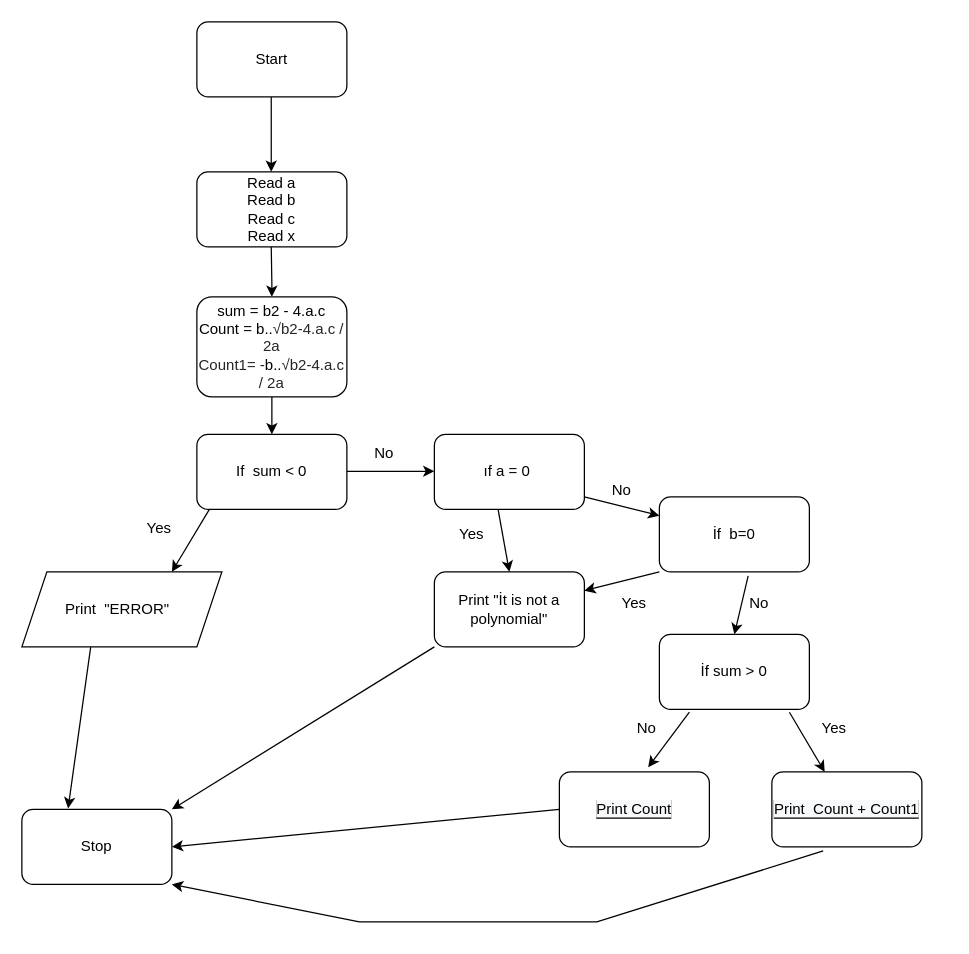
eliasAinsworth7/funnysearching keeps this draw.io diagram as Homework2 (1).drawio. Above is the earlier version. Source tidied: cells renumbered, new cells numbered last; positions are measured from the earlier drawing's top-left corner, leaving out a move shared by most shapes. Both pictures are drawn from the tidied source at 125%, with x=0, y=0 at pixel (21, 21).
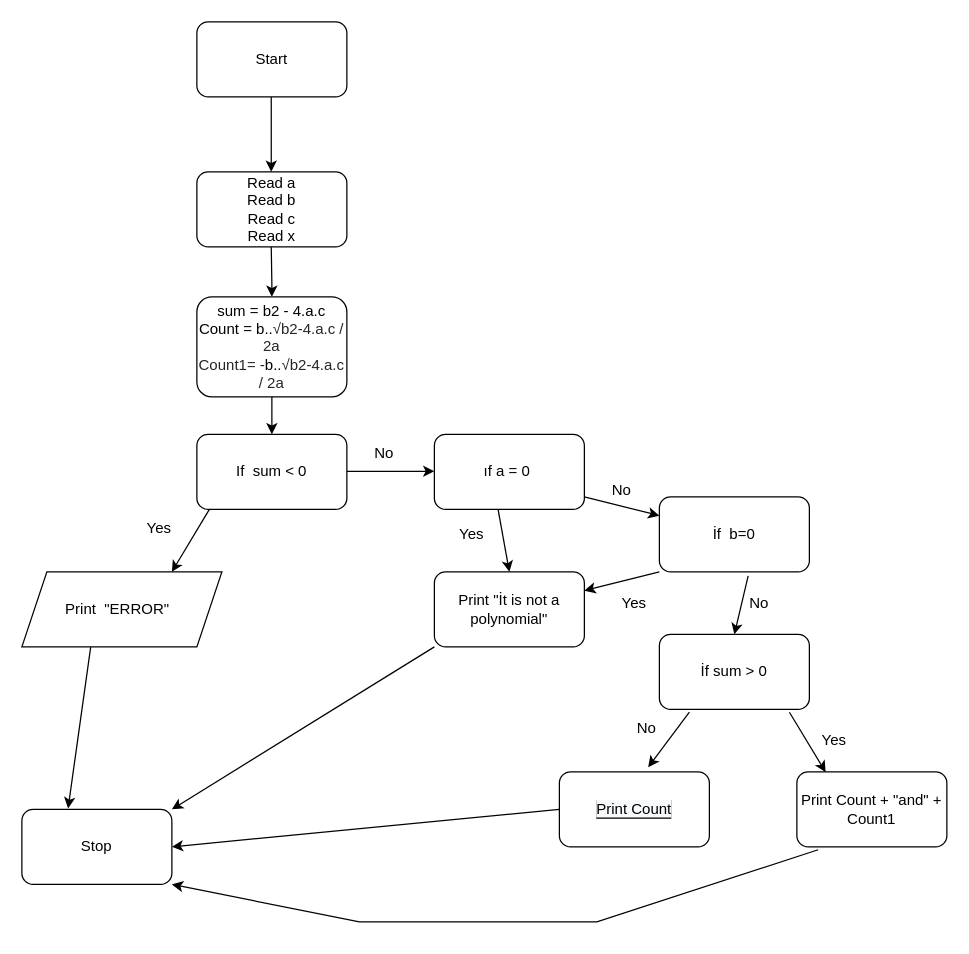
The same page after the edit.

Unchanged cells that the change refers to:
```xml
<mxCell id="3" value="Stop" style="rounded=1;whiteSpace=wrap;html=1;" parent="1" vertex="1">
  <mxGeometry y="630" width="120" height="60" as="geometry" />
</mxCell>
<mxCell id="26" value="İf sum &amp;gt; 0" style="rounded=1;whiteSpace=wrap;html=1;" parent="1" vertex="1">
  <mxGeometry x="510" y="490" width="120" height="60" as="geometry" />
</mxCell>
```

Change to the diagram source:
```diff
@@
-    <mxCell id="27" style="endArrow=classic;html=1;rounded=0;fontSize=12;fontColor=#FFFFFF;exitX=0.867;exitY=1.038;exitDx=0;exitDy=0;exitPerimeter=0;" parent="1" edge="1" source="26" target="28">
+    <mxCell id="27" style="endArrow=classic;html=1;rounded=0;fontSize=12;fontColor=#FFFFFF;exitX=0.867;exitY=1.038;exitDx=0;exitDy=0;exitPerimeter=0;entryX=0.192;entryY=0.004;entryDx=0;entryDy=0;entryPerimeter=0;" parent="1" edge="1" source="26" target="37">
       <mxGeometry relative="1" as="geometry" />
     </mxCell>
-    <mxCell id="28" value="&lt;font color=&quot;#000000&quot;&gt;&lt;span style=&quot;background-color: rgb(248 , 249 , 250)&quot;&gt;Print&amp;nbsp; Count + Count1&lt;br&gt;&lt;/span&gt;&lt;/font&gt;" style="rounded=1;whiteSpace=wrap;html=1;labelBackgroundColor=#000000;fontSize=12;fontColor=#FFFFFF;" parent="1" vertex="1">
-      <mxGeometry x="600" y="600" width="120" height="60" as="geometry" />
-    </mxCell>
@@
     <mxCell id="30" value="Yes" style="text;html=1;strokeColor=none;fillColor=none;align=center;verticalAlign=middle;whiteSpace=wrap;rounded=0;" parent="1" vertex="1">
-      <mxGeometry x="620" y="550" width="60" height="30" as="geometry" />
+      <mxGeometry x="620" y="560" width="60" height="30" as="geometry" />
     </mxCell>
@@
-    <mxCell id="36" style="endArrow=classic;html=1;rounded=0;fontSize=12;fontColor=#FFFFFF;entryX=1;entryY=1;entryDx=0;entryDy=0;exitX=0.342;exitY=1.054;exitDx=0;exitDy=0;exitPerimeter=0;" parent="1" edge="1" source="28" target="3">
+    <mxCell id="36" style="endArrow=classic;html=1;rounded=0;fontSize=12;fontColor=#FFFFFF;entryX=1;entryY=1;entryDx=0;entryDy=0;exitX=0.142;exitY=1.038;exitDx=0;exitDy=0;exitPerimeter=0;" parent="1" edge="1" source="37" target="3">
       <mxGeometry relative="1" as="geometry">
         <Array as="points">
           <mxPoint x="460" y="720" />
           <mxPoint x="270" y="720" />
         </Array>
       </mxGeometry>
     </mxCell>
+    <mxCell id="37" value="Print Count + &quot;and&quot; + Count1" style="rounded=1;whiteSpace=wrap;html=1;" parent="1" vertex="1">
+      <mxGeometry x="620" y="600" width="120" height="60" as="geometry" />
+    </mxCell>
```
